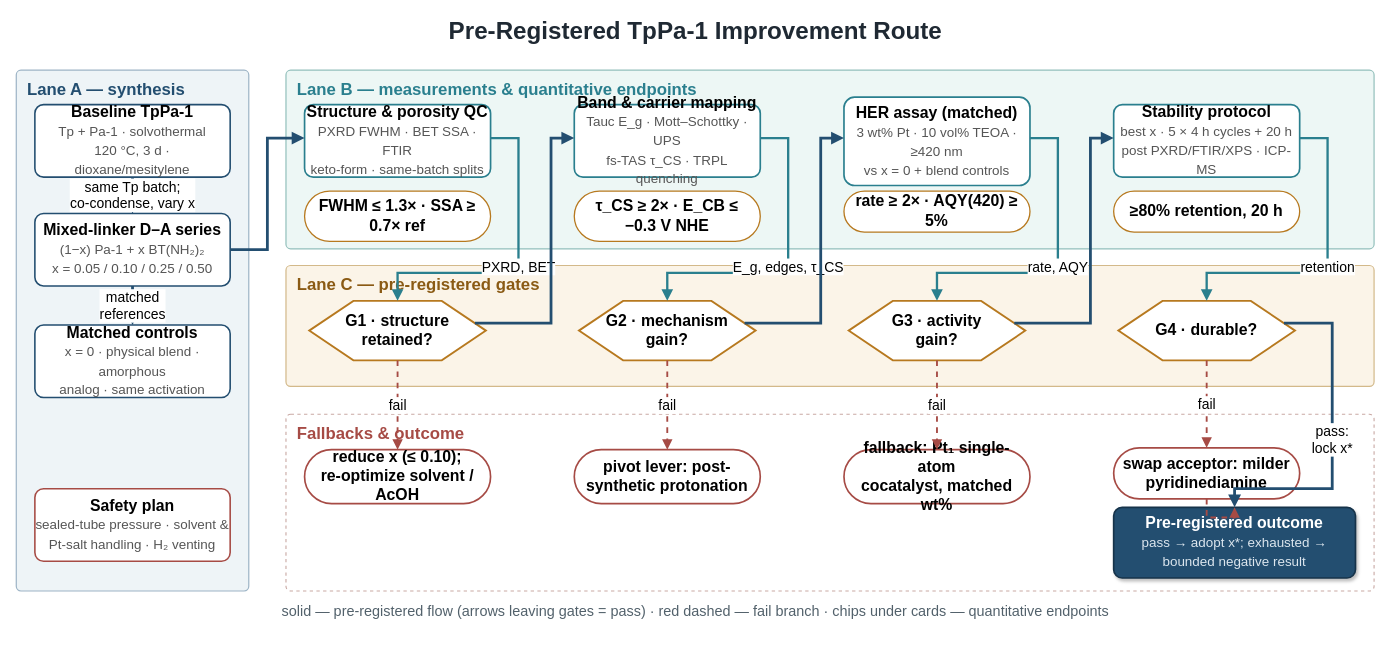
The draw.io diagram examples/survey_cof_her/paper/figures/src/fig2_tppa1_idea.drawio in asimfish/goai_research, before the edit. Source tidied: cells renumbered, new cells numbered last; positions are measured from the earlier drawing's top-left corner, leaving out a move shared by most shapes. Both pictures are drawn from the tidied source at 93%, with x=0, y=0 at pixel (16, 16).
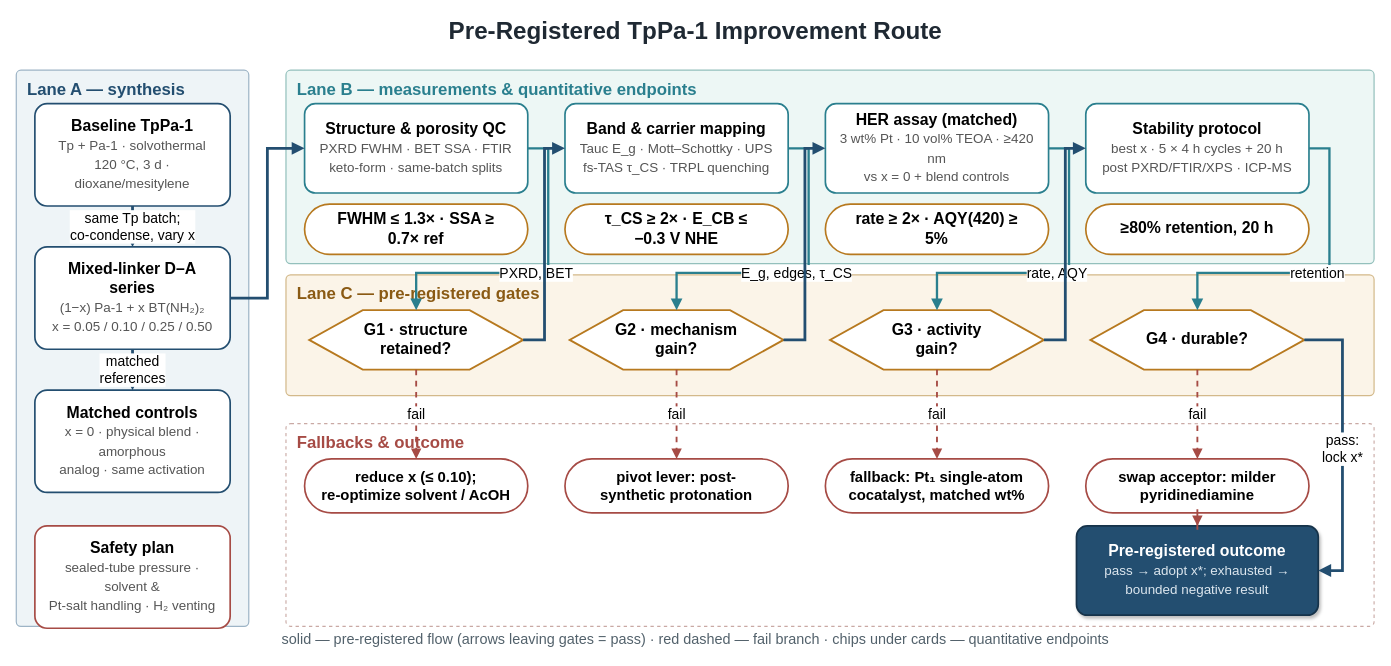
The same diagram, later.

Change to the diagram source:
```diff
@@
     <mxCell id="3" value="Lane A — synthesis" style="rounded=1;absoluteArcSize=1;arcSize=10;whiteSpace=wrap;html=1;verticalAlign=top;align=left;spacingLeft=10;spacingTop=4;fontSize=18;fontStyle=1;fillColor=#EEF4F7;strokeColor=#9DB4C6;strokeWidth=1.3;fontColor=#234E70;" parent="1" vertex="1">
-      <mxGeometry y="58" width="250" height="560" as="geometry" />
+      <mxGeometry y="58" width="250" height="598" as="geometry" />
     </mxCell>
-    <mxCell id="4" value="Lane B — measurements &amp; quantitative endpoints" style="rounded=1;absoluteArcSize=1;arcSize=10;whiteSpace=wrap;html=1;verticalAlign=top;align=left;spacingLeft=10;spacingTop=4;fontSize=18;fontStyle=1;fillColor=#EDF7F5;strokeColor=#93C0BC;strokeWidth=1.3;fontColor=#2A7F8E;" parent="1" vertex="1">
-      <mxGeometry x="290" y="58" width="1170" height="192" as="geometry" />
+    <mxCell id="4" value="Lane B — measurements &amp;amp; quantitative endpoints" style="rounded=1;absoluteArcSize=1;arcSize=10;whiteSpace=wrap;html=1;verticalAlign=top;align=left;spacingLeft=10;spacingTop=4;fontSize=18;fontStyle=1;fillColor=#EDF7F5;strokeColor=#93C0BC;strokeWidth=1.3;fontColor=#2A7F8E;" parent="1" vertex="1">
+      <mxGeometry x="290" y="58" width="1170" height="208" as="geometry" />
     </mxCell>
     <mxCell id="5" value="Lane C — pre-registered gates" style="rounded=1;absoluteArcSize=1;arcSize=10;whiteSpace=wrap;html=1;verticalAlign=top;align=left;spacingLeft=10;spacingTop=4;fontSize=18;fontStyle=1;fillColor=#FBF4E8;strokeColor=#D3B98A;strokeWidth=1.3;fontColor=#8A5A14;" parent="1" vertex="1">
-      <mxGeometry x="290" y="268" width="1170" height="130" as="geometry" />
+      <mxGeometry x="290" y="278" width="1170" height="130" as="geometry" />
     </mxCell>
-    <mxCell id="6" value="Fallbacks &amp; outcome" style="rounded=1;absoluteArcSize=1;arcSize=10;whiteSpace=wrap;html=1;verticalAlign=top;align=left;spacingLeft=10;spacingTop=4;fontSize=18;fontStyle=1;fillColor=#FFFFFF;strokeColor=#C9A9A4;strokeWidth=1.2;fontColor=#A64B45;dashed=1;" parent="1" vertex="1">
-      <mxGeometry x="290" y="428" width="1170" height="190" as="geometry" />
+    <mxCell id="6" value="Fallbacks &amp;amp; outcome" style="rounded=1;absoluteArcSize=1;arcSize=10;whiteSpace=wrap;html=1;verticalAlign=top;align=left;spacingLeft=10;spacingTop=4;fontSize=18;fontStyle=1;fillColor=#FFFFFF;strokeColor=#C9A9A4;strokeWidth=1.2;fontColor=#A64B45;dashed=1;" parent="1" vertex="1">
+      <mxGeometry x="290" y="438" width="1170" height="218" as="geometry" />
     </mxCell>
-    <mxCell id="7" value="&lt;b&gt;Baseline TpPa-1&lt;/b&gt;&lt;br/&gt;&lt;font style='font-size:14.45px' color='#555555'&gt;Tp + Pa-1 · solvothermal&#10;120 °C, 3 d · dioxane/mesitylene&lt;/font&gt;" style="rounded=1;whiteSpace=wrap;html=1;arcSize=12;fillColor=#FFFFFF;strokeColor=#234E70;strokeWidth=1.7;fontSize=17;" parent="3" vertex="1">
-      <mxGeometry x="20" y="37" width="210" height="78" as="geometry" />
+    <mxCell id="7" value="&lt;b&gt;Baseline TpPa-1&lt;/b&gt;&lt;br/&gt;&lt;font style='font-size:14.45px' color='#555555'&gt;Tp + Pa-1 · solvothermal&lt;br/&gt;120 °C, 3 d ·&lt;br/&gt;dioxane/mesitylene&lt;/font&gt;" style="rounded=1;whiteSpace=wrap;html=1;arcSize=12;fillColor=#FFFFFF;strokeColor=#234E70;strokeWidth=1.8;fontSize=17;" parent="3" vertex="1">
+      <mxGeometry x="20" y="36" width="210" height="110" as="geometry" />
     </mxCell>
-    <mxCell id="8" value="&lt;b&gt;Mixed-linker D–A series&lt;/b&gt;&lt;br/&gt;&lt;font style='font-size:14.45px' color='#555555'&gt;(1−x) Pa-1 + x BT(NH₂)₂&#10;x = 0.05 / 0.10 / 0.25 / 0.50&lt;/font&gt;" style="rounded=1;whiteSpace=wrap;html=1;arcSize=12;fillColor=#FFFFFF;strokeColor=#234E70;strokeWidth=1.7;fontSize=17;" parent="3" vertex="1">
-      <mxGeometry x="20" y="154" width="210" height="78" as="geometry" />
+    <mxCell id="8" value="&lt;b&gt;Mixed-linker D–A&lt;br/&gt;series&lt;/b&gt;&lt;br/&gt;&lt;font style='font-size:14.45px' color='#555555'&gt;(1−x) Pa-1 + x BT(NH₂)₂&lt;br/&gt;x = 0.05 / 0.10 / 0.25 / 0.50&lt;/font&gt;" style="rounded=1;whiteSpace=wrap;html=1;arcSize=12;fillColor=#FFFFFF;strokeColor=#234E70;strokeWidth=1.8;fontSize=17;" parent="3" vertex="1">
+      <mxGeometry x="20" y="190" width="210" height="110" as="geometry" />
     </mxCell>
-    <mxCell id="9" value="&lt;b&gt;Matched controls&lt;/b&gt;&lt;br/&gt;&lt;font style='font-size:14.45px' color='#555555'&gt;x = 0 · physical blend · amorphous&#10;analog · same activation&lt;/font&gt;" style="rounded=1;whiteSpace=wrap;html=1;arcSize=12;fillColor=#FFFFFF;strokeColor=#234E70;strokeWidth=1.7;fontSize=17;" parent="3" vertex="1">
-      <mxGeometry x="20" y="274" width="210" height="78" as="geometry" />
+    <mxCell id="9" value="&lt;b&gt;Matched controls&lt;/b&gt;&lt;br/&gt;&lt;font style='font-size:14.45px' color='#555555'&gt;x = 0 · physical blend ·&lt;br/&gt;amorphous&lt;br/&gt;analog · same activation&lt;/font&gt;" style="rounded=1;whiteSpace=wrap;html=1;arcSize=12;fillColor=#FFFFFF;strokeColor=#234E70;strokeWidth=1.8;fontSize=17;" parent="3" vertex="1">
+      <mxGeometry x="20" y="344" width="210" height="110" as="geometry" />
     </mxCell>
-    <mxCell id="10" value="&lt;b&gt;Safety plan&lt;/b&gt;&lt;br/&gt;&lt;font style='font-size:14.45px' color='#555555'&gt;sealed-tube pressure · solvent &amp;&#10;Pt-salt handling · H₂ venting&lt;/font&gt;" style="rounded=1;whiteSpace=wrap;html=1;arcSize=12;fillColor=#FFFFFF;strokeColor=#A64B45;strokeWidth=1.7;fontSize=17;" parent="3" vertex="1">
-      <mxGeometry x="20" y="450" width="210" height="78" as="geometry" />
+    <mxCell id="10" value="&lt;b&gt;Safety plan&lt;/b&gt;&lt;br/&gt;&lt;font style='font-size:14.45px' color='#555555'&gt;sealed-tube pressure ·&lt;br/&gt;solvent &amp;amp;&lt;br/&gt;Pt-salt handling · H₂ venting&lt;/font&gt;" style="rounded=1;whiteSpace=wrap;html=1;arcSize=12;fillColor=#FFFFFF;strokeColor=#A64B45;strokeWidth=1.8;fontSize=17;" parent="3" vertex="1">
+      <mxGeometry x="20" y="490" width="210" height="110" as="geometry" />
     </mxCell>
-    <mxCell id="11" value="&lt;b&gt;Structure &amp; porosity QC&lt;/b&gt;&lt;br/&gt;&lt;font style='font-size:14.45px' color='#555555'&gt;PXRD FWHM · BET SSA · FTIR&#10;keto-form · same-batch splits&lt;/font&gt;" style="rounded=1;whiteSpace=wrap;html=1;arcSize=12;fillColor=#FFFFFF;strokeColor=#2A7F8E;strokeWidth=1.8;fontSize=17;" parent="4" vertex="1">
-      <mxGeometry x="20" y="37" width="200" height="78" as="geometry" />
+    <mxCell id="11" value="&lt;b&gt;Structure &amp;amp; porosity QC&lt;/b&gt;&lt;br/&gt;&lt;font style='font-size:14.45px' color='#555555'&gt;PXRD FWHM · BET SSA · FTIR&lt;br/&gt;keto-form · same-batch splits&lt;/font&gt;" style="rounded=1;whiteSpace=wrap;html=1;arcSize=12;fillColor=#FFFFFF;strokeColor=#2A7F8E;strokeWidth=1.8;fontSize=17;" parent="4" vertex="1">
+      <mxGeometry x="20" y="36" width="240" height="96" as="geometry" />
     </mxCell>
-    <mxCell id="12" value="&lt;b&gt;Band &amp; carrier mapping&lt;/b&gt;&lt;br/&gt;&lt;font style='font-size:14.45px' color='#555555'&gt;Tauc E_g · Mott–Schottky · UPS&#10;fs-TAS τ_CS · TRPL quenching&lt;/font&gt;" style="rounded=1;whiteSpace=wrap;html=1;arcSize=12;fillColor=#FFFFFF;strokeColor=#2A7F8E;strokeWidth=1.8;fontSize=17;" parent="4" vertex="1">
-      <mxGeometry x="310" y="37" width="200" height="78" as="geometry" />
+    <mxCell id="12" value="&lt;b&gt;Band &amp;amp; carrier mapping&lt;/b&gt;&lt;br/&gt;&lt;font style='font-size:14.45px' color='#555555'&gt;Tauc E_g · Mott–Schottky · UPS&lt;br/&gt;fs-TAS τ_CS · TRPL quenching&lt;/font&gt;" style="rounded=1;whiteSpace=wrap;html=1;arcSize=12;fillColor=#FFFFFF;strokeColor=#2A7F8E;strokeWidth=1.8;fontSize=17;" parent="4" vertex="1">
+      <mxGeometry x="300" y="36" width="240" height="96" as="geometry" />
     </mxCell>
-    <mxCell id="13" value="&lt;b&gt;HER assay (matched)&lt;/b&gt;&lt;br/&gt;&lt;font style='font-size:14.45px' color='#555555'&gt;3 wt% Pt · 10 vol% TEOA · ≥420 nm&#10;vs x = 0 + blend controls&lt;/font&gt;" style="rounded=1;whiteSpace=wrap;html=1;arcSize=12;fillColor=#FFFFFF;strokeColor=#2A7F8E;strokeWidth=1.8;fontSize=17;" parent="4" vertex="1">
-      <mxGeometry x="600" y="29" width="200" height="95" as="geometry" />
+    <mxCell id="13" value="&lt;b&gt;HER assay (matched)&lt;/b&gt;&lt;br/&gt;&lt;font style='font-size:14.45px' color='#555555'&gt;3 wt% Pt · 10 vol% TEOA · ≥420&lt;br/&gt;nm&lt;br/&gt;vs x = 0 + blend controls&lt;/font&gt;" style="rounded=1;whiteSpace=wrap;html=1;arcSize=12;fillColor=#FFFFFF;strokeColor=#2A7F8E;strokeWidth=1.8;fontSize=17;" parent="4" vertex="1">
+      <mxGeometry x="580" y="36" width="240" height="96" as="geometry" />
     </mxCell>
-    <mxCell id="14" value="&lt;b&gt;Stability protocol&lt;/b&gt;&lt;br/&gt;&lt;font style='font-size:14.45px' color='#555555'&gt;best x · 5 × 4 h cycles + 20 h&#10;post PXRD/FTIR/XPS · ICP-MS&lt;/font&gt;" style="rounded=1;whiteSpace=wrap;html=1;arcSize=12;fillColor=#FFFFFF;strokeColor=#2A7F8E;strokeWidth=1.8;fontSize=17;" parent="4" vertex="1">
-      <mxGeometry x="890" y="37" width="200" height="78" as="geometry" />
+    <mxCell id="14" value="&lt;b&gt;Stability protocol&lt;/b&gt;&lt;br/&gt;&lt;font style='font-size:14.45px' color='#555555'&gt;best x · 5 × 4 h cycles + 20 h&lt;br/&gt;post PXRD/FTIR/XPS · ICP-MS&lt;/font&gt;" style="rounded=1;whiteSpace=wrap;html=1;arcSize=12;fillColor=#FFFFFF;strokeColor=#2A7F8E;strokeWidth=1.8;fontSize=17;" parent="4" vertex="1">
+      <mxGeometry x="860" y="36" width="240" height="96" as="geometry" />
     </mxCell>
-    <mxCell id="15" value="FWHM ≤ 1.3× · SSA ≥ 0.7× ref" style="rounded=1;whiteSpace=wrap;html=1;arcSize=50;spacing=6;fillColor=#FFFFFF;strokeColor=#B7791F;strokeWidth=1.4;fontSize=17;fontStyle=1;" parent="4" vertex="1">
-      <mxGeometry x="20" y="130" width="200" height="54" as="geometry" />
+    <mxCell id="15" value="FWHM ≤ 1.3× · SSA ≥&lt;br/&gt;0.7× ref" style="rounded=1;whiteSpace=wrap;html=1;arcSize=50;spacing=6;fillColor=#FFFFFF;strokeColor=#B7791F;strokeWidth=1.8;fontSize=17;fontStyle=1;" parent="4" vertex="1">
+      <mxGeometry x="20" y="144" width="240" height="54" as="geometry" />
     </mxCell>
-    <mxCell id="16" value="τ_CS ≥ 2× · E_CB ≤ −0.3 V NHE" style="rounded=1;whiteSpace=wrap;html=1;arcSize=50;spacing=6;fillColor=#FFFFFF;strokeColor=#B7791F;strokeWidth=1.4;fontSize=17;fontStyle=1;" parent="4" vertex="1">
-      <mxGeometry x="310" y="130" width="200" height="54" as="geometry" />
+    <mxCell id="16" value="τ_CS ≥ 2× · E_CB ≤&lt;br/&gt;−0.3 V NHE" style="rounded=1;whiteSpace=wrap;html=1;arcSize=50;spacing=6;fillColor=#FFFFFF;strokeColor=#B7791F;strokeWidth=1.8;fontSize=17;fontStyle=1;" parent="4" vertex="1">
+      <mxGeometry x="300" y="144" width="240" height="54" as="geometry" />
     </mxCell>
-    <mxCell id="17" value="rate ≥ 2× · AQY(420) ≥ 5%" style="rounded=1;whiteSpace=wrap;html=1;arcSize=50;spacing=6;fillColor=#FFFFFF;strokeColor=#B7791F;strokeWidth=1.4;fontSize=17;fontStyle=1;" parent="4" vertex="1">
-      <mxGeometry x="600" y="130" width="200" height="44" as="geometry" />
+    <mxCell id="17" value="rate ≥ 2× · AQY(420) ≥&lt;br/&gt;5%" style="rounded=1;whiteSpace=wrap;html=1;arcSize=50;spacing=6;fillColor=#FFFFFF;strokeColor=#B7791F;strokeWidth=1.8;fontSize=17;fontStyle=1;" parent="4" vertex="1">
+      <mxGeometry x="580" y="144" width="240" height="54" as="geometry" />
     </mxCell>
-    <mxCell id="18" value="≥80% retention, 20 h" style="rounded=1;whiteSpace=wrap;html=1;arcSize=50;spacing=6;fillColor=#FFFFFF;strokeColor=#B7791F;strokeWidth=1.4;fontSize=17;fontStyle=1;" parent="4" vertex="1">
-      <mxGeometry x="890" y="130" width="200" height="44" as="geometry" />
+    <mxCell id="18" value="≥80% retention, 20 h" style="rounded=1;whiteSpace=wrap;html=1;arcSize=50;spacing=6;fillColor=#FFFFFF;strokeColor=#B7791F;strokeWidth=1.8;fontSize=17;fontStyle=1;" parent="4" vertex="1">
+      <mxGeometry x="860" y="144" width="240" height="54" as="geometry" />
     </mxCell>
-    <mxCell id="19" value="G1 · structure&#10;retained?" style="shape=hexagon;perimeter=hexagonPerimeter2;whiteSpace=wrap;html=1;spacing=10;fillColor=#FFFFFF;strokeColor=#B7791F;strokeWidth=2;fontSize=17;fontStyle=1;" parent="5" vertex="1">
-      <mxGeometry x="25" y="38" width="190" height="64" as="geometry" />
+    <mxCell id="19" value="G1 · structure&lt;br/&gt;retained?" style="shape=hexagon;perimeter=hexagonPerimeter2;whiteSpace=wrap;html=1;spacing=10;fillColor=#FFFFFF;strokeColor=#B7791F;strokeWidth=2;fontSize=17;fontStyle=1;" parent="5" vertex="1">
+      <mxGeometry x="25" y="38" width="230" height="64" as="geometry" />
     </mxCell>
-    <mxCell id="20" value="G2 · mechanism&#10;gain?" style="shape=hexagon;perimeter=hexagonPerimeter2;whiteSpace=wrap;html=1;spacing=10;fillColor=#FFFFFF;strokeColor=#B7791F;strokeWidth=2;fontSize=17;fontStyle=1;" parent="5" vertex="1">
-      <mxGeometry x="315" y="38" width="190" height="64" as="geometry" />
+    <mxCell id="20" value="G2 · mechanism&lt;br/&gt;gain?" style="shape=hexagon;perimeter=hexagonPerimeter2;whiteSpace=wrap;html=1;spacing=10;fillColor=#FFFFFF;strokeColor=#B7791F;strokeWidth=2;fontSize=17;fontStyle=1;" parent="5" vertex="1">
+      <mxGeometry x="305" y="38" width="230" height="64" as="geometry" />
     </mxCell>
-    <mxCell id="21" value="G3 · activity&#10;gain?" style="shape=hexagon;perimeter=hexagonPerimeter2;whiteSpace=wrap;html=1;spacing=10;fillColor=#FFFFFF;strokeColor=#B7791F;strokeWidth=2;fontSize=17;fontStyle=1;" parent="5" vertex="1">
-      <mxGeometry x="605" y="38" width="190" height="64" as="geometry" />
+    <mxCell id="21" value="G3 · activity&lt;br/&gt;gain?" style="shape=hexagon;perimeter=hexagonPerimeter2;whiteSpace=wrap;html=1;spacing=10;fillColor=#FFFFFF;strokeColor=#B7791F;strokeWidth=2;fontSize=17;fontStyle=1;" parent="5" vertex="1">
+      <mxGeometry x="585" y="38" width="230" height="64" as="geometry" />
     </mxCell>
     <mxCell id="22" value="G4 · durable?" style="shape=hexagon;perimeter=hexagonPerimeter2;whiteSpace=wrap;html=1;spacing=10;fillColor=#FFFFFF;strokeColor=#B7791F;strokeWidth=2;fontSize=17;fontStyle=1;" parent="5" vertex="1">
-      <mxGeometry x="895" y="38" width="190" height="64" as="geometry" />
+      <mxGeometry x="865" y="38" width="230" height="64" as="geometry" />
     </mxCell>
-    <mxCell id="23" value="reduce x (≤ 0.10);&#10;re-optimize solvent / AcOH" style="rounded=1;whiteSpace=wrap;html=1;arcSize=50;spacing=6;fillColor=#FFFFFF;strokeColor=#A64B45;strokeWidth=1.8;fontSize=17;fontStyle=1;" parent="6" vertex="1">
-      <mxGeometry x="20" y="38" width="200" height="58" as="geometry" />
+    <mxCell id="23" value="reduce x (≤ 0.10);&lt;br/&gt;re-optimize solvent / AcOH" style="rounded=1;whiteSpace=wrap;html=1;arcSize=50;spacing=6;fillColor=#FFFFFF;strokeColor=#A64B45;strokeWidth=1.8;fontSize=16;fontStyle=1;" parent="6" vertex="1">
+      <mxGeometry x="20" y="38" width="240" height="58" as="geometry" />
     </mxCell>
-    <mxCell id="24" value="pivot lever: post-&#10;synthetic protonation" style="rounded=1;whiteSpace=wrap;html=1;arcSize=50;spacing=6;fillColor=#FFFFFF;strokeColor=#A64B45;strokeWidth=1.8;fontSize=17;fontStyle=1;" parent="6" vertex="1">
-      <mxGeometry x="310" y="38" width="200" height="58" as="geometry" />
+    <mxCell id="24" value="pivot lever: post-&lt;br/&gt;synthetic protonation" style="rounded=1;whiteSpace=wrap;html=1;arcSize=50;spacing=6;fillColor=#FFFFFF;strokeColor=#A64B45;strokeWidth=1.8;fontSize=16;fontStyle=1;" parent="6" vertex="1">
+      <mxGeometry x="300" y="38" width="240" height="58" as="geometry" />
     </mxCell>
-    <mxCell id="25" value="fallback: Pt₁ single-atom&#10;cocatalyst, matched wt%" style="rounded=1;whiteSpace=wrap;html=1;arcSize=50;spacing=6;fillColor=#FFFFFF;strokeColor=#A64B45;strokeWidth=1.8;fontSize=17;fontStyle=1;" parent="6" vertex="1">
-      <mxGeometry x="600" y="38" width="200" height="58" as="geometry" />
+    <mxCell id="25" value="fallback: Pt₁ single-atom&lt;br/&gt;cocatalyst, matched wt%" style="rounded=1;whiteSpace=wrap;html=1;arcSize=50;spacing=6;fillColor=#FFFFFF;strokeColor=#A64B45;strokeWidth=1.8;fontSize=16;fontStyle=1;" parent="6" vertex="1">
+      <mxGeometry x="580" y="38" width="240" height="58" as="geometry" />
     </mxCell>
-    <mxCell id="26" value="swap acceptor: milder&#10;pyridinediamine" style="rounded=1;whiteSpace=wrap;html=1;arcSize=50;spacing=6;fillColor=#FFFFFF;strokeColor=#A64B45;strokeWidth=1.8;fontSize=17;fontStyle=1;" parent="6" vertex="1">
-      <mxGeometry x="890" y="36" width="200" height="55" as="geometry" />
+    <mxCell id="26" value="swap acceptor: milder&lt;br/&gt;pyridinediamine" style="rounded=1;whiteSpace=wrap;html=1;arcSize=50;spacing=6;fillColor=#FFFFFF;strokeColor=#A64B45;strokeWidth=1.8;fontSize=16;fontStyle=1;" parent="6" vertex="1">
+      <mxGeometry x="860" y="38" width="240" height="58" as="geometry" />
     </mxCell>
-    <mxCell id="27" value="&lt;b&gt;Pre-registered outcome&lt;/b&gt;&lt;br/&gt;&lt;font style='font-size:14.45px' color='#DCE6EE'&gt;pass → adopt x*; exhausted →&#10;bounded negative result&lt;/font&gt;" style="rounded=1;whiteSpace=wrap;html=1;arcSize=12;fillColor=#234E70;strokeColor=#16334A;strokeWidth=1.8;fontSize=17;fontColor=#FFFFFF;shadow=1;" parent="6" vertex="1">
-      <mxGeometry x="890" y="100" width="260" height="76" as="geometry" />
+    <mxCell id="27" value="&lt;b&gt;Pre-registered outcome&lt;/b&gt;&lt;br/&gt;&lt;font style='font-size:14.45px' color='#DCE6EE'&gt;pass → adopt x*; exhausted →&lt;br/&gt;bounded negative result&lt;/font&gt;" style="rounded=1;whiteSpace=wrap;html=1;arcSize=12;fillColor=#234E70;strokeColor=#16334A;strokeWidth=1.8;fontSize=17;fontColor=#FFFFFF;shadow=1;" parent="6" vertex="1">
+      <mxGeometry x="850" y="110" width="260" height="96" as="geometry" />
     </mxCell>
-    <mxCell id="28" value="same Tp batch;&#10;co-condense, vary x" style="edgeStyle=orthogonalEdgeStyle;rounded=0;html=1;jettySize=auto;endArrow=block;endFill=1;strokeColor=#234E70;strokeWidth=3;fontSize=15;" parent="1" edge="1" source="7" target="8">
+    <mxCell id="28" value="same Tp batch;&lt;br/&gt;co-condense, vary x" style="edgeStyle=orthogonalEdgeStyle;rounded=0;html=1;jettySize=auto;endArrow=block;endFill=1;strokeColor=#234E70;strokeWidth=3;fontSize=15;" parent="1" edge="1" source="7" target="8">
       <mxGeometry relative="1" as="geometry" />
     </mxCell>
-    <mxCell id="29" value="matched&#10;references" style="edgeStyle=orthogonalEdgeStyle;rounded=0;html=1;jettySize=auto;endArrow=block;endFill=1;strokeColor=#234E70;strokeWidth=3;fontSize=15;" parent="1" edge="1" source="8" target="9">
+    <mxCell id="29" value="matched&lt;br/&gt;references" style="edgeStyle=orthogonalEdgeStyle;rounded=0;html=1;jettySize=auto;endArrow=block;endFill=1;strokeColor=#234E70;strokeWidth=3;fontSize=15;" parent="1" edge="1" source="8" target="9">
       <mxGeometry relative="1" as="geometry" />
     </mxCell>
     <mxCell id="30" style="edgeStyle=orthogonalEdgeStyle;rounded=0;html=1;jettySize=auto;endArrow=block;endFill=1;strokeColor=#234E70;strokeWidth=3;fontSize=15.5;" parent="1" edge="1" source="8" target="11">
       <mxGeometry relative="1" as="geometry">
         <Array as="points">
-          <mxPoint x="270" y="251" />
-          <mxPoint x="270" y="131" />
+          <mxPoint x="270" y="303" />
+          <mxPoint x="270" y="142" />
         </Array>
       </mxGeometry>
     </mxCell>
     <mxCell id="31" value="PXRD, BET" style="edgeStyle=orthogonalEdgeStyle;rounded=0;html=1;jettySize=auto;endArrow=block;endFill=1;strokeColor=#2A7F8E;strokeWidth=2.5;fontSize=15;" parent="1" edge="1" source="11" target="19">
       <mxGeometry relative="1" as="geometry">
         <Array as="points">
-          <mxPoint x="540" y="131" />
-          <mxPoint x="540" y="276" />
-          <mxPoint x="410" y="276" />
+          <mxPoint x="572" y="142" />
+          <mxPoint x="572" y="276" />
+          <mxPoint x="430" y="276" />
         </Array>
       </mxGeometry>
     </mxCell>
     <mxCell id="32" value="E_g, edges, τ_CS" style="edgeStyle=orthogonalEdgeStyle;rounded=0;html=1;jettySize=auto;endArrow=block;endFill=1;strokeColor=#2A7F8E;strokeWidth=2.5;fontSize=15;" parent="1" edge="1" source="12" target="20">
       <mxGeometry relative="1" as="geometry">
         <Array as="points">
-          <mxPoint x="830" y="131" />
-          <mxPoint x="830" y="276" />
-          <mxPoint x="700" y="276" />
+          <mxPoint x="852" y="142" />
+          <mxPoint x="852" y="276" />
+          <mxPoint x="710" y="276" />
         </Array>
       </mxGeometry>
     </mxCell>
     <mxCell id="33" value="rate, AQY" style="edgeStyle=orthogonalEdgeStyle;rounded=0;html=1;jettySize=auto;endArrow=block;endFill=1;strokeColor=#2A7F8E;strokeWidth=2.5;fontSize=15;" parent="1" edge="1" source="13" target="21">
       <mxGeometry relative="1" as="geometry">
         <Array as="points">
-          <mxPoint x="1120" y="131" />
-          <mxPoint x="1120" y="276" />
+          <mxPoint x="1132" y="142" />
+          <mxPoint x="1132" y="276" />
           <mxPoint x="990" y="276" />
         </Array>
       </mxGeometry>
     </mxCell>
     <mxCell id="34" value="retention" style="edgeStyle=orthogonalEdgeStyle;rounded=0;html=1;jettySize=auto;endArrow=block;endFill=1;strokeColor=#2A7F8E;strokeWidth=2.5;fontSize=15;" parent="1" edge="1" source="14" target="22">
       <mxGeometry relative="1" as="geometry">
         <Array as="points">
-          <mxPoint x="1410" y="131" />
-          <mxPoint x="1410" y="276" />
-          <mxPoint x="1280" y="276" />
+          <mxPoint x="1412" y="142" />
+          <mxPoint x="1412" y="276" />
+          <mxPoint x="1270" y="276" />
         </Array>
       </mxGeometry>
     </mxCell>
     <mxCell id="35" style="edgeStyle=orthogonalEdgeStyle;rounded=0;html=1;jettySize=auto;endArrow=block;endFill=1;strokeColor=#234E70;strokeWidth=3;fontSize=15.5;" parent="1" edge="1" source="19" target="12">
       <mxGeometry relative="1" as="geometry">
         <Array as="points">
-          <mxPoint x="575" y="330" />
-          <mxPoint x="575" y="131" />
+          <mxPoint x="568" y="348" />
+          <mxPoint x="568" y="142" />
         </Array>
       </mxGeometry>
     </mxCell>
     <mxCell id="36" style="edgeStyle=orthogonalEdgeStyle;rounded=0;html=1;jettySize=auto;endArrow=block;endFill=1;strokeColor=#234E70;strokeWidth=3;fontSize=15.5;" parent="1" edge="1" source="20" target="13">
       <mxGeometry relative="1" as="geometry">
         <Array as="points">
-          <mxPoint x="865" y="330" />
-          <mxPoint x="865" y="131" />
+          <mxPoint x="848" y="348" />
+          <mxPoint x="848" y="142" />
         </Array>
       </mxGeometry>
     </mxCell>
     <mxCell id="37" style="edgeStyle=orthogonalEdgeStyle;rounded=0;html=1;jettySize=auto;endArrow=block;endFill=1;strokeColor=#234E70;strokeWidth=3;fontSize=15.5;" parent="1" edge="1" source="21" target="14">
       <mxGeometry relative="1" as="geometry">
         <Array as="points">
-          <mxPoint x="1155" y="330" />
-          <mxPoint x="1155" y="131" />
+          <mxPoint x="1128" y="348" />
+          <mxPoint x="1128" y="142" />
         </Array>
       </mxGeometry>
     </mxCell>
-    <mxCell id="38" value="pass:&#10;lock x*" style="edgeStyle=orthogonalEdgeStyle;rounded=0;html=1;jettySize=auto;endArrow=block;endFill=1;strokeColor=#234E70;strokeWidth=3;fontSize=15;" parent="1" edge="1" source="22" target="27">
+    <mxCell id="38" value="pass:&lt;br/&gt;lock x*" style="edgeStyle=orthogonalEdgeStyle;rounded=0;html=1;jettySize=auto;endArrow=block;endFill=1;strokeColor=#234E70;strokeWidth=3;fontSize=15;" parent="1" edge="1" source="22" target="27">
       <mxGeometry relative="1" as="geometry">
         <Array as="points">
-          <mxPoint x="1415" y="330" />
-          <mxPoint x="1415" y="508" />
-          <mxPoint x="1310" y="508" />
+          <mxPoint x="1426" y="348" />
+          <mxPoint x="1426" y="596" />
         </Array>
       </mxGeometry>
     </mxCell>
@@
     <mxCell id="44" value="solid — pre-registered flow (arrows leaving gates = pass) · red dashed — fail branch · chips under cards — quantitative endpoints" style="text;html=1;align=center;verticalAlign=middle;fontSize=15.5;fontColor=#52616B;strokeColor=none;fillColor=none;" parent="1" vertex="1">
-      <mxGeometry x="30.2" y="628" width="1399.7" height="24" as="geometry" />
+      <mxGeometry x="30.2" y="658" width="1399.7" height="24" as="geometry" />
     </mxCell>
```
